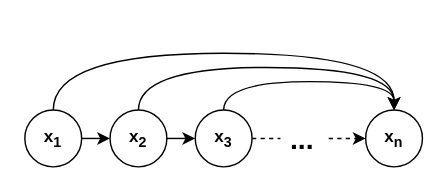
leetemil/thesis keeps this draw.io diagram as report/figures/autoregressive.drawio. Above is the earlier version. Source tidied: cells renumbered, new cells numbered last; positions are measured from the earlier drawing's top-left corner, leaving out a move shared by most shapes. Both pictures are drawn from the tidied source at 142%, with x=0, y=0 at pixel (24, 53).
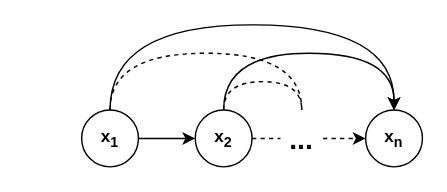
The same page after the edit.

Commit message (it also covers changes not shown here):
changed some figures + added aspect ratio to plots

Change to the diagram source:
```diff
@@
 <mxGraphModel>
   <root>
     <mxCell id="0" />
     <mxCell id="1" parent="0" />
-    <mxCell id="2" style="edgeStyle=orthogonalEdgeStyle;rounded=0;jettySize=auto;html=1;exitX=0.5;exitY=0;exitDx=0;exitDy=0;entryX=0.5;entryY=0;entryDx=0;entryDy=0;curved=1;" parent="1" edge="1" source="4" target="10">
-      <mxGeometry relative="1" as="geometry">
-        <Array as="points">
-          <mxPoint x="20" />
-          <mxPoint x="260" />
-        </Array>
-      </mxGeometry>
-    </mxCell>
     <mxCell id="3" style="edgeStyle=orthogonalEdgeStyle;rounded=0;jettySize=auto;html=1;exitX=1;exitY=0.5;exitDx=0;exitDy=0;entryX=0;entryY=0.5;entryDx=0;entryDy=0;" parent="1" edge="1" source="4" target="7">
       <mxGeometry relative="1" as="geometry" />
     </mxCell>
+    <mxCell id="14" style="edgeStyle=orthogonalEdgeStyle;curved=1;jettySize=auto;html=1;exitX=0.5;exitY=0;exitDx=0;exitDy=0;" parent="1" edge="1" source="4">
+      <mxGeometry relative="1" as="geometry">
+        <mxPoint x="260" y="40.1" as="targetPoint" />
+        <Array as="points">
+          <mxPoint x="60" y="-20" />
+          <mxPoint x="260" y="-20" />
+        </Array>
+      </mxGeometry>
+    </mxCell>
+    <mxCell id="15" style="edgeStyle=orthogonalEdgeStyle;curved=1;jettySize=auto;html=1;exitX=0.5;exitY=0;exitDx=0;exitDy=0;entryX=0.5;entryY=0;entryDx=0;entryDy=0;dashed=1;endArrow=none;endFill=0;" parent="1" edge="1" source="4" target="11">
+      <mxGeometry relative="1" as="geometry">
+        <Array as="points">
+          <mxPoint x="60" />
+          <mxPoint x="195" />
+        </Array>
+      </mxGeometry>
+    </mxCell>
     <mxCell id="4" value="&lt;b&gt;x&lt;sub&gt;1&lt;/sub&gt;&lt;/b&gt;" style="ellipse;whiteSpace=wrap;html=1;" parent="1" vertex="1">
-      <mxGeometry y="40" width="40" height="40" as="geometry" />
+      <mxGeometry x="40" y="40" width="40" height="40" as="geometry" />
     </mxCell>
-    <mxCell id="5" style="edgeStyle=orthogonalEdgeStyle;rounded=0;jettySize=auto;html=1;exitX=0.5;exitY=0;exitDx=0;exitDy=0;entryX=0.5;entryY=0;entryDx=0;entryDy=0;curved=1;" parent="1" edge="1" source="7" target="10">
+    <mxCell id="5" style="edgeStyle=orthogonalEdgeStyle;curved=1;jettySize=auto;html=1;exitX=0.5;exitY=0;exitDx=0;exitDy=0;entryX=0.5;entryY=0;entryDx=0;entryDy=0;" parent="1" edge="1" source="7" target="10">
       <mxGeometry relative="1" as="geometry">
         <Array as="points">
-          <mxPoint x="80" y="10" />
-          <mxPoint x="260" y="10" />
+          <mxPoint x="140" />
+          <mxPoint x="260" />
         </Array>
       </mxGeometry>
     </mxCell>
-    <mxCell id="6" style="edgeStyle=orthogonalEdgeStyle;rounded=0;jettySize=auto;html=1;exitX=1;exitY=0.5;exitDx=0;exitDy=0;entryX=0;entryY=0.5;entryDx=0;entryDy=0;" parent="1" edge="1" source="7" target="9">
-      <mxGeometry relative="1" as="geometry" />
-    </mxCell>
+    <mxCell id="16" style="edgeStyle=orthogonalEdgeStyle;curved=1;jettySize=auto;html=1;exitX=0.5;exitY=0;exitDx=0;exitDy=0;entryX=0.5;entryY=0;entryDx=0;entryDy=0;dashed=1;endArrow=none;endFill=0;" parent="1" edge="1" source="7" target="11">
+      <mxGeometry relative="1" as="geometry">
+        <Array as="points">
+          <mxPoint x="140" y="20" />
+          <mxPoint x="195" y="20" />
+        </Array>
+      </mxGeometry>
+    </mxCell>
     <mxCell id="7" value="&lt;b&gt;x&lt;sub&gt;2&lt;/sub&gt;&lt;/b&gt;" style="ellipse;whiteSpace=wrap;html=1;" parent="1" vertex="1">
-      <mxGeometry x="60" y="40" width="40" height="40" as="geometry" />
+      <mxGeometry x="120" y="40" width="40" height="40" as="geometry" />
     </mxCell>
-    <mxCell id="8" style="edgeStyle=orthogonalEdgeStyle;rounded=0;jettySize=auto;html=1;exitX=0.5;exitY=0;exitDx=0;exitDy=0;entryX=0.5;entryY=0;entryDx=0;entryDy=0;curved=1;" parent="1" edge="1" source="9" target="10">
-      <mxGeometry relative="1" as="geometry">
-        <Array as="points">
-          <mxPoint x="140" y="20" />
-          <mxPoint x="260" y="20" />
-        </Array>
-      </mxGeometry>
-    </mxCell>
-    <mxCell id="9" value="&lt;b&gt;x&lt;sub&gt;3&lt;/sub&gt;&lt;/b&gt;" style="ellipse;whiteSpace=wrap;html=1;" parent="1" vertex="1">
-      <mxGeometry x="120" y="40" width="40" height="40" as="geometry" />
-    </mxCell>
     <mxCell id="10" value="&lt;b&gt;x&lt;sub&gt;n&lt;/sub&gt;&lt;/b&gt;" style="ellipse;whiteSpace=wrap;html=1;" parent="1" vertex="1">
       <mxGeometry x="240" y="40" width="40" height="40" as="geometry" />
     </mxCell>
-    <mxCell id="11" value="&lt;b&gt;&lt;font style=&quot;font-size: 20px&quot;&gt;...&lt;/font&gt;&lt;/b&gt;" style="text;html=1;align=center;verticalAlign=middle;points=[];" parent="1" vertex="1">
-      <mxGeometry x="180" y="50" width="30" height="20" as="geometry" />
-    </mxCell>
-    <mxCell id="12" style="endArrow=none;dashed=1;html=1;exitX=1;exitY=0.5;exitDx=0;exitDy=0;" parent="1" edge="1" source="9" target="11">
+    <mxCell id="12" style="endArrow=none;dashed=1;html=1;entryX=0;entryY=0.5;entryDx=0;entryDy=0;exitX=1;exitY=0.5;exitDx=0;exitDy=0;" parent="1" edge="1" source="7" target="11">
       <mxGeometry relative="1" as="geometry" />
     </mxCell>
-    <mxCell id="13" style="endArrow=classic;dashed=1;html=1;exitX=1.133;exitY=0.5;exitDx=0;exitDy=0;exitPerimeter=0;entryX=0;entryY=0.5;entryDx=0;entryDy=0;endFill=1;" parent="1" edge="1" source="11" target="10">
+    <mxCell id="13" style="endArrow=classic;dashed=1;html=1;exitX=1;exitY=0.5;exitDx=0;exitDy=0;entryX=0;entryY=0.5;entryDx=0;entryDy=0;endFill=1;" parent="1" edge="1" source="11" target="10">
       <mxGeometry relative="1" as="geometry" />
     </mxCell>
+    <mxCell id="11" value="&lt;font style=&quot;font-size: 20px&quot;&gt;...&lt;/font&gt;" style="text;html=1;strokeColor=none;fillColor=none;align=center;verticalAlign=middle;whiteSpace=wrap;rounded=0;fontStyle=1;" parent="1" vertex="1">
+      <mxGeometry x="180" y="40" width="30" height="40" as="geometry" />
+    </mxCell>
   </root>
 </mxGraphModel>
```
